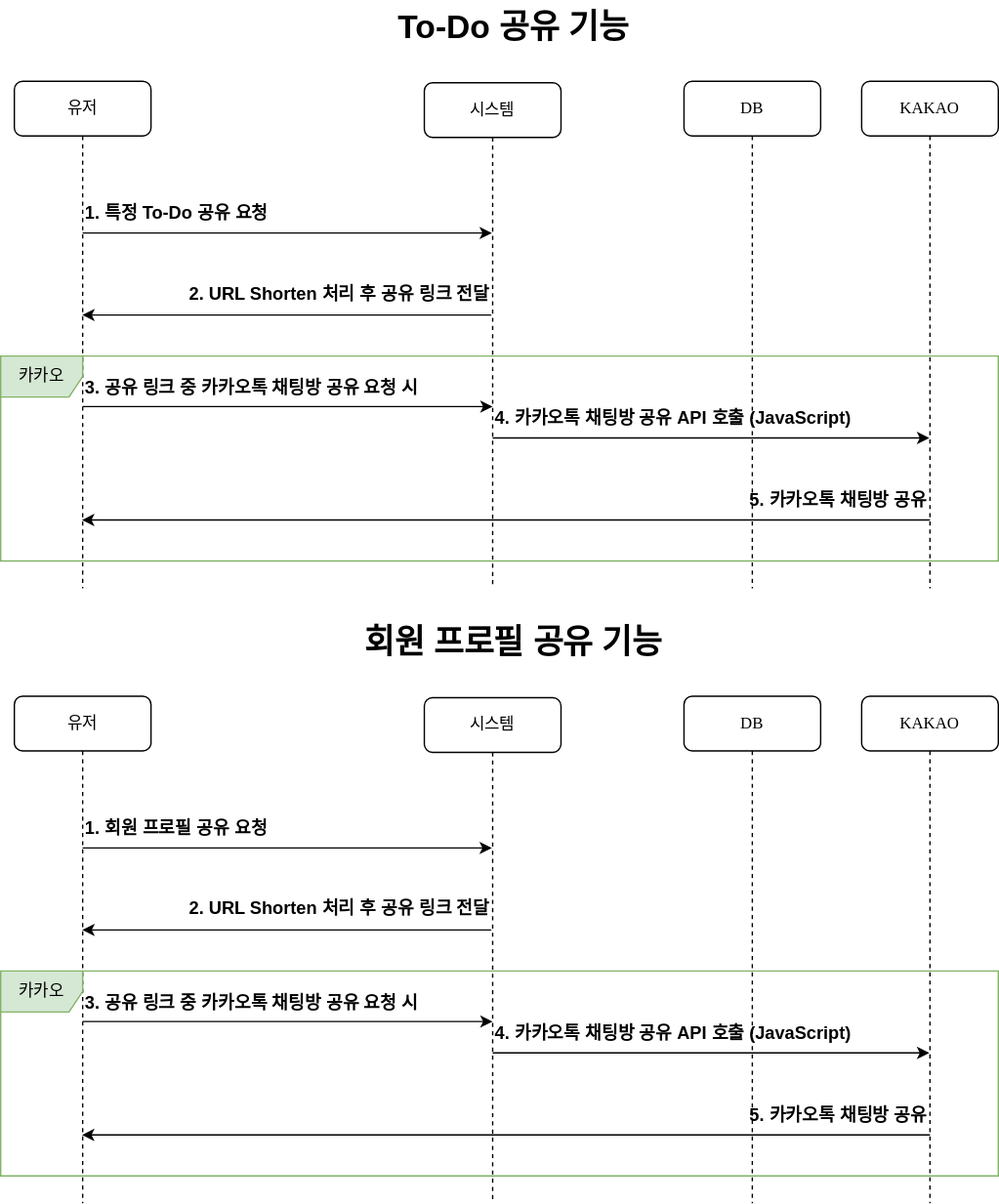
Earlier version of the draw.io export documents/sequence-diagram-share.drawio.svg (mrcocoball/To-Dolist). Source tidied: cells renumbered, new cells last; positions are measured from the earlier drawing's top-left corner, leaving out a move shared by most shapes.
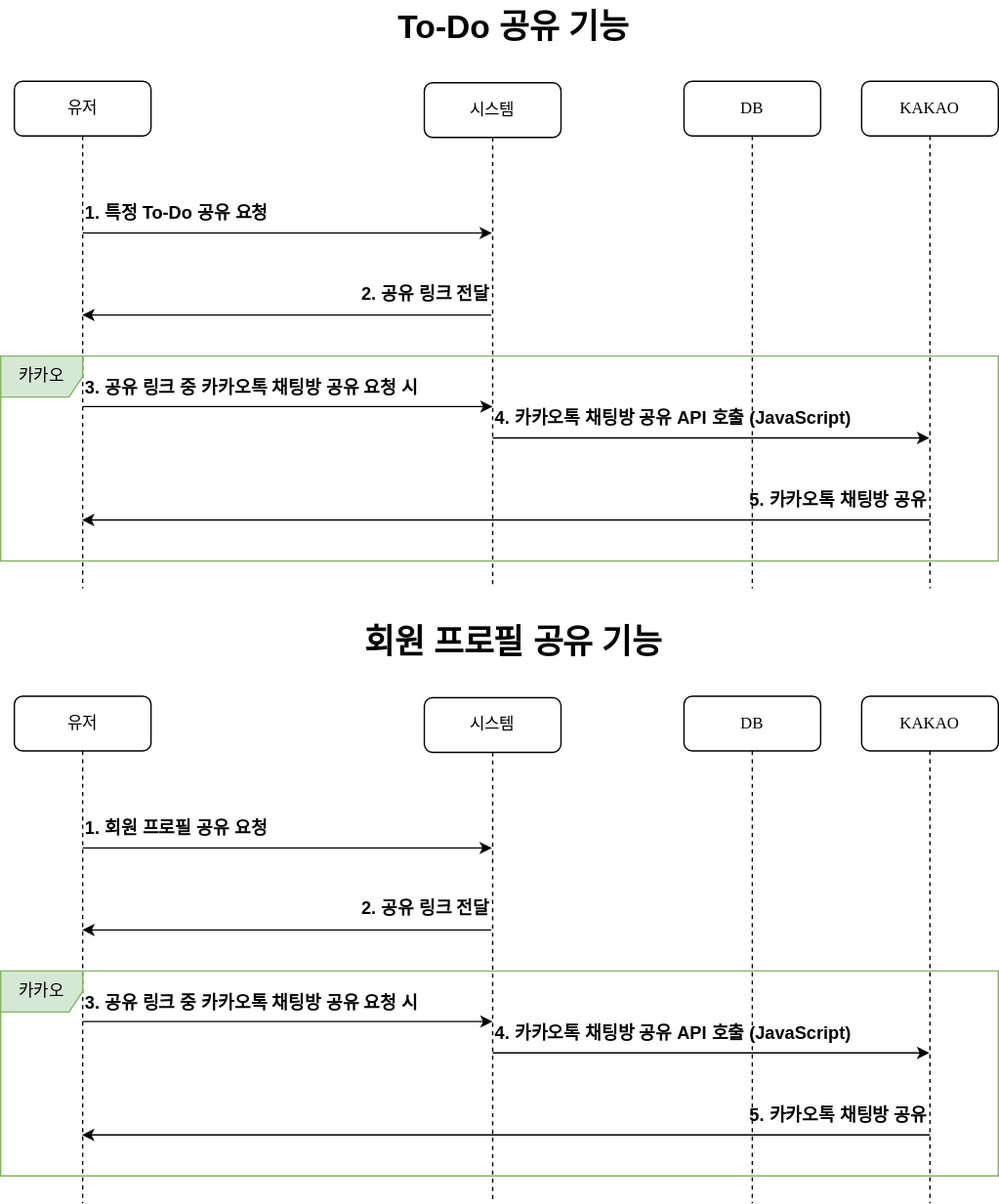
After the change.

Commit message:
#42 - sequence-diagram-share 수정

Diff of the diagram source:
```diff
@@ -39,7 +39,7 @@
     <mxCell id="11" value="1. 특정 To-Do 공유 요청" style="text;html=1;strokeColor=none;fillColor=none;align=left;verticalAlign=middle;whiteSpace=wrap;rounded=0;fontSize=13;fontStyle=1;" parent="1" vertex="1">
       <mxGeometry x="60" y="140" width="150" height="30" as="geometry" />
     </mxCell>
-    <mxCell id="12" value="2. URL Shorten 처리 후 공유 링크 전달" style="text;html=1;strokeColor=none;fillColor=none;align=right;verticalAlign=middle;whiteSpace=wrap;rounded=0;fontSize=13;fontStyle=1;" parent="1" vertex="1">
+    <mxCell id="12" value="2. 공유 링크 전달" style="text;html=1;strokeColor=none;fillColor=none;align=right;verticalAlign=middle;whiteSpace=wrap;rounded=0;fontSize=13;fontStyle=1;" parent="1" vertex="1">
       <mxGeometry x="120" y="199" width="240" height="30" as="geometry" />
     </mxCell>
     <mxCell id="13" style="endArrow=classic;html=1;rounded=0;" parent="1" edge="1">
@@ -99,7 +99,7 @@
     <mxCell id="27" value="1. 회원 프로필 공유 요청" style="text;html=1;strokeColor=none;fillColor=none;align=left;verticalAlign=middle;whiteSpace=wrap;rounded=0;fontSize=13;fontStyle=1;" parent="1" vertex="1">
       <mxGeometry x="60" y="590" width="150" height="30" as="geometry" />
     </mxCell>
-    <mxCell id="28" value="2. URL Shorten 처리 후 공유 링크 전달" style="text;html=1;strokeColor=none;fillColor=none;align=right;verticalAlign=middle;whiteSpace=wrap;rounded=0;fontSize=13;fontStyle=1;" parent="1" vertex="1">
+    <mxCell id="28" value="2. 공유 링크 전달" style="text;html=1;strokeColor=none;fillColor=none;align=right;verticalAlign=middle;whiteSpace=wrap;rounded=0;fontSize=13;fontStyle=1;" parent="1" vertex="1">
       <mxGeometry x="120" y="649" width="240" height="30" as="geometry" />
     </mxCell>
     <mxCell id="29" style="endArrow=classic;html=1;rounded=0;" parent="1" edge="1">
```
